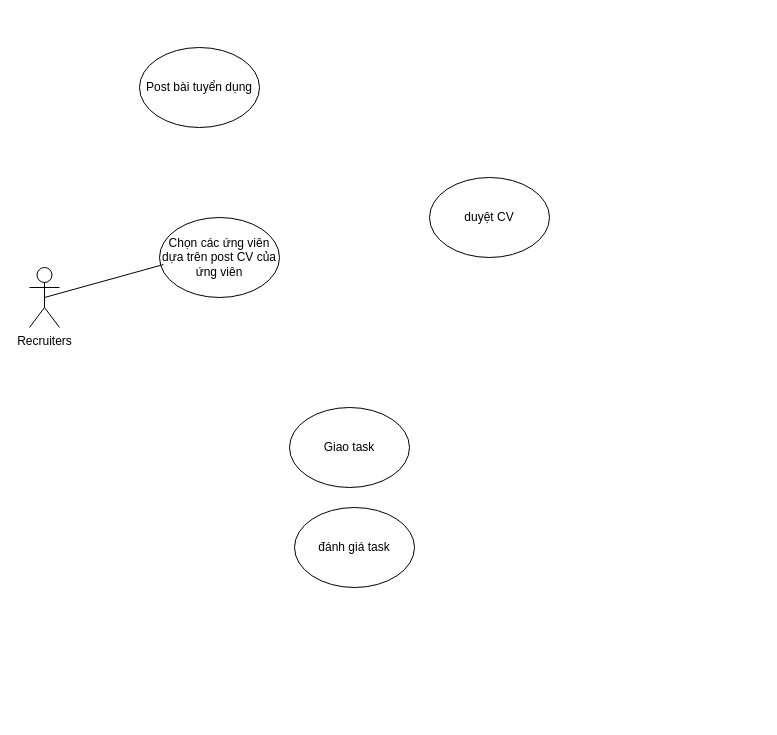
The draw.io diagram Recruiters.drawio in thinhh0x1l/0xt1SeLogin, before the edit. Source tidied: cells renumbered, new cells numbered last; positions are measured from the earlier drawing's top-left corner, leaving out a move shared by most shapes. Both pictures are drawn from the tidied source at 100%, with x=0, y=0 at pixel (29, 47).
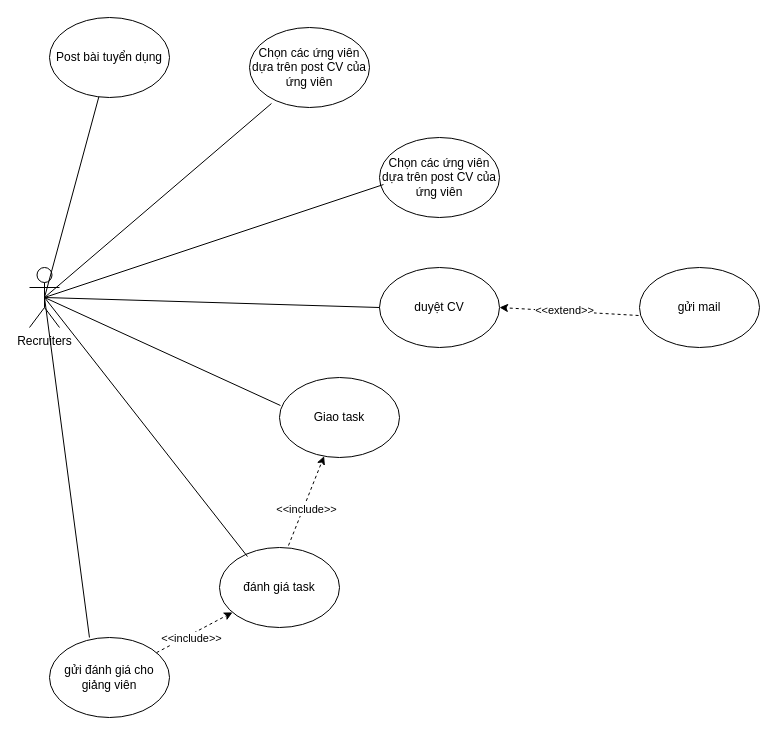
The same diagram, later.

Unchanged cells that the change refers to:
```xml
<mxCell id="2" value="Recruiters" style="shape=umlActor;verticalLabelPosition=bottom;verticalAlign=top;html=1;outlineConnect=0;" parent="1" vertex="1">
  <mxGeometry y="220" width="30" height="60" as="geometry" />
</mxCell>
```

The edit, as a diff of the source:
```diff
@@
     <mxCell id="3" value="Post bài tuyển dụng" style="ellipse;whiteSpace=wrap;html=1;" parent="1" vertex="1">
-      <mxGeometry x="110" width="120" height="80" as="geometry" />
+      <mxGeometry x="20" y="-30" width="120" height="80" as="geometry" />
     </mxCell>
     <mxCell id="4" value="Chọn các ứng viên dựa trên post CV của ứng viên" style="ellipse;whiteSpace=wrap;html=1;" parent="1" vertex="1">
-      <mxGeometry x="130" y="170" width="120" height="80" as="geometry" />
+      <mxGeometry x="350" y="90" width="120" height="80" as="geometry" />
     </mxCell>
     <mxCell id="5" value="duyệt CV" style="ellipse;whiteSpace=wrap;html=1;" parent="1" vertex="1">
-      <mxGeometry x="400" y="130" width="120" height="80" as="geometry" />
+      <mxGeometry x="350" y="220" width="120" height="80" as="geometry" />
     </mxCell>
     <mxCell id="6" value="Giao task" style="ellipse;whiteSpace=wrap;html=1;" parent="1" vertex="1">
-      <mxGeometry x="260" y="360" width="120" height="80" as="geometry" />
+      <mxGeometry x="250" y="330" width="120" height="80" as="geometry" />
     </mxCell>
     <mxCell id="7" value="đánh giá task" style="ellipse;whiteSpace=wrap;html=1;" parent="1" vertex="1">
-      <mxGeometry x="265" y="460" width="120" height="80" as="geometry" />
+      <mxGeometry x="190" y="500" width="120" height="80" as="geometry" />
     </mxCell>
@@
+    <mxCell id="9" style="endArrow=none;html=1;rounded=0;exitX=0.5;exitY=0.5;exitDx=0;exitDy=0;exitPerimeter=0;" parent="1" edge="1" source="2" target="3">
+      <mxGeometry relative="1" as="geometry" />
+    </mxCell>
+    <mxCell id="10" style="endArrow=none;html=1;rounded=0;exitX=0.5;exitY=0.5;exitDx=0;exitDy=0;exitPerimeter=0;entryX=0;entryY=0.5;entryDx=0;entryDy=0;" parent="1" edge="1" source="2" target="5">
+      <mxGeometry relative="1" as="geometry" />
+    </mxCell>
+    <mxCell id="11" style="endArrow=none;html=1;rounded=0;exitX=0.5;exitY=0.5;exitDx=0;exitDy=0;exitPerimeter=0;entryX=0.008;entryY=0.35;entryDx=0;entryDy=0;entryPerimeter=0;" parent="1" edge="1" source="2" target="6">
+      <mxGeometry relative="1" as="geometry" />
+    </mxCell>
+    <mxCell id="12" style="endArrow=none;html=1;rounded=0;exitX=0.5;exitY=0.5;exitDx=0;exitDy=0;exitPerimeter=0;entryX=0.233;entryY=0.113;entryDx=0;entryDy=0;entryPerimeter=0;" parent="1" edge="1" source="2" target="7">
+      <mxGeometry relative="1" as="geometry" />
+    </mxCell>
+    <mxCell id="13" style="endArrow=classic;html=1;rounded=0;dashed=1;exitX=0.575;exitY=-0.025;exitDx=0;exitDy=0;exitPerimeter=0;" parent="1" edge="1" source="7" target="6">
+      <mxGeometry relative="1" as="geometry" />
+    </mxCell>
+    <mxCell id="14" value="&amp;lt;&amp;lt;include&amp;gt;&amp;gt;" style="edgeLabel;html=1;align=center;verticalAlign=middle;" parent="13" vertex="1">
+      <mxGeometry x="-0.15" y="-3" relative="1" as="geometry" />
+    </mxCell>
+    <mxCell id="15" value="gửi mail" style="ellipse;whiteSpace=wrap;html=1;" parent="1" vertex="1">
+      <mxGeometry x="610" y="220" width="120" height="80" as="geometry" />
+    </mxCell>
+    <mxCell id="16" style="endArrow=classic;html=1;rounded=0;exitX=-0.008;exitY=0.6;exitDx=0;exitDy=0;exitPerimeter=0;entryX=1;entryY=0.5;entryDx=0;entryDy=0;dashed=1;" parent="1" edge="1" source="15" target="5">
+      <mxGeometry relative="1" as="geometry" />
+    </mxCell>
+    <mxCell id="17" value="&amp;lt;&amp;lt;extend&amp;gt;&amp;gt;" style="edgeLabel;html=1;align=center;verticalAlign=middle;" parent="16" vertex="1">
+      <mxGeometry x="0.08" y="-2" relative="1" as="geometry">
+        <mxPoint y="1" as="offset" />
+      </mxGeometry>
+    </mxCell>
+    <mxCell id="18" value="gửi đánh giá cho giảng viên" style="ellipse;whiteSpace=wrap;html=1;" parent="1" vertex="1">
+      <mxGeometry x="20" y="590" width="120" height="80" as="geometry" />
+    </mxCell>
+    <mxCell id="19" style="endArrow=classic;html=1;rounded=0;dashed=1;" parent="1" edge="1" source="18" target="7">
+      <mxGeometry relative="1" as="geometry" />
+    </mxCell>
+    <mxCell id="20" value="&amp;lt;&amp;lt;include&amp;gt;&amp;gt;" style="edgeLabel;html=1;align=center;verticalAlign=middle;" parent="19" vertex="1">
+      <mxGeometry x="-0.15" y="-3" relative="1" as="geometry" />
+    </mxCell>
+    <mxCell id="21" style="endArrow=none;html=1;rounded=0;exitX=0.5;exitY=0.5;exitDx=0;exitDy=0;exitPerimeter=0;entryX=0.333;entryY=0;entryDx=0;entryDy=0;entryPerimeter=0;" parent="1" edge="1" source="2" target="18">
+      <mxGeometry relative="1" as="geometry" />
+    </mxCell>
+    <mxCell id="22" value="Chọn các ứng viên dựa trên post CV của ứng viên" style="ellipse;whiteSpace=wrap;html=1;" parent="1" vertex="1">
+      <mxGeometry x="220" y="-20" width="120" height="80" as="geometry" />
+    </mxCell>
+    <mxCell id="23" style="endArrow=none;html=1;rounded=0;entryX=0.183;entryY=0.95;entryDx=0;entryDy=0;entryPerimeter=0;exitX=0.5;exitY=0.5;exitDx=0;exitDy=0;exitPerimeter=0;" parent="1" edge="1" source="2" target="22">
+      <mxGeometry relative="1" as="geometry" />
+    </mxCell>
```
